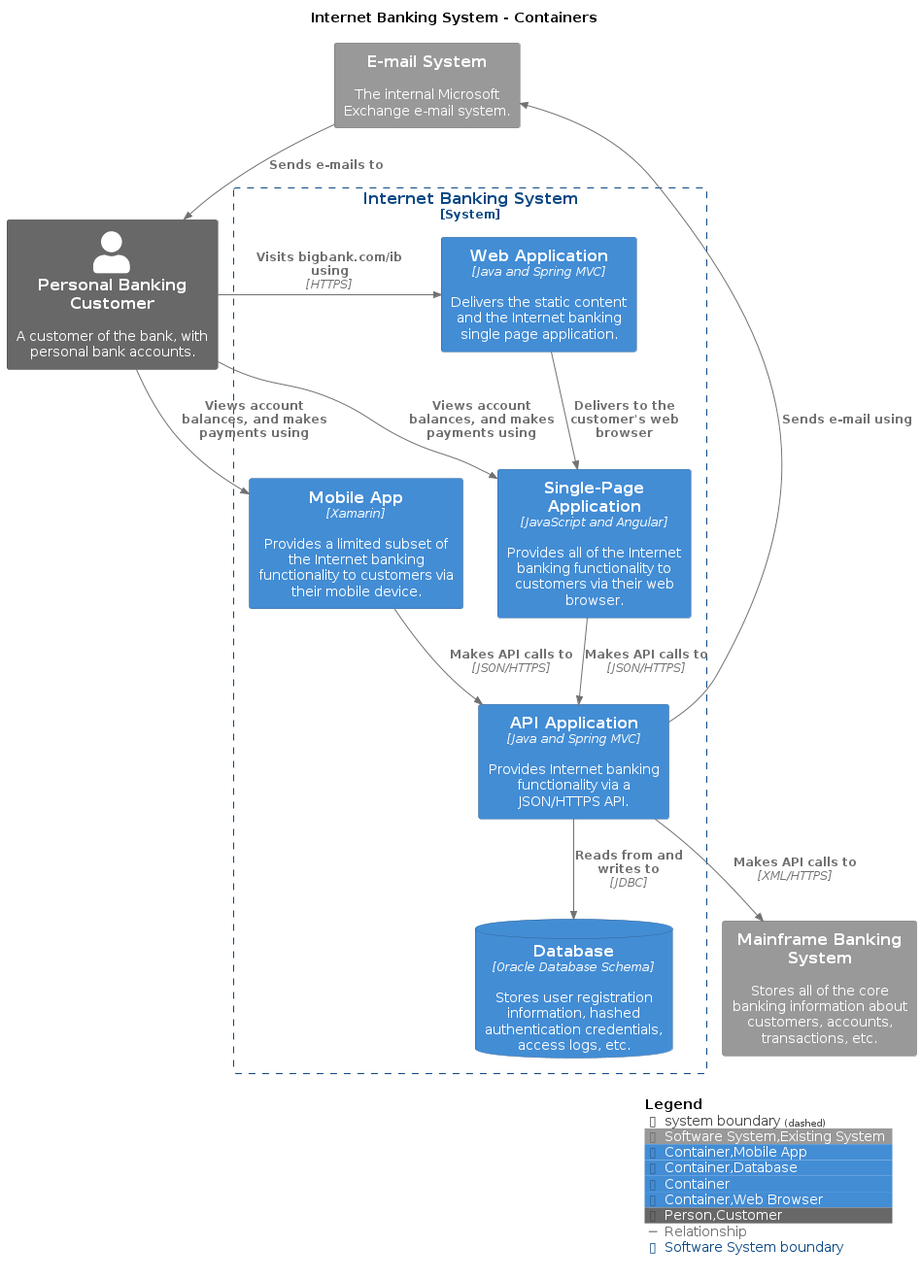
This is main/png/Containers.png from avisi-cloud/structurizr-site-generatr, a PlantUML export, as it was before one commit.
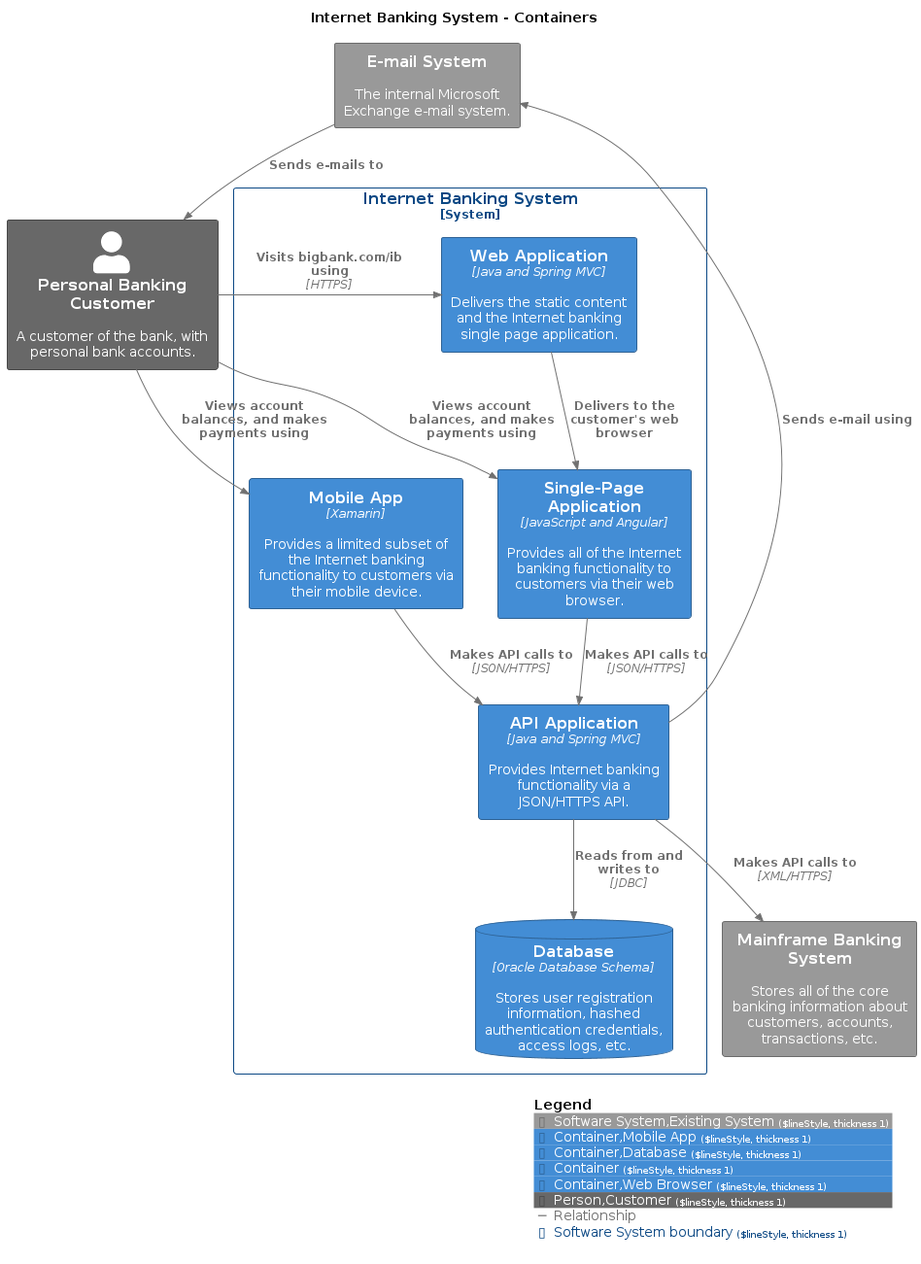
Above is the later version.

Change to the diagram source:
```diff
@@ -8,18 +8,18 @@
 !include <C4/C4_Context>
 !include <C4/C4_Container>
 
-AddElementTag("Software System,Existing System", $bgColor="#999999", $borderColor="#6b6b6b", $fontColor="#ffffff", $sprite="", $shadowing="")
-AddElementTag("Container,Mobile App", $bgColor="#438dd5", $borderColor="#2e6295", $fontColor="#ffffff", $sprite="", $shadowing="")
-AddElementTag("Container,Database", $bgColor="#438dd5", $borderColor="#2e6295", $fontColor="#ffffff", $sprite="", $shadowing="")
-AddElementTag("Container", $bgColor="#438dd5", $borderColor="#2e6295", $fontColor="#ffffff", $sprite="", $shadowing="")
-AddElementTag("Container,Web Browser", $bgColor="#438dd5", $borderColor="#2e6295", $fontColor="#ffffff", $sprite="", $shadowing="")
-AddElementTag("Person,Customer", $bgColor="#686868", $borderColor="#484848", $fontColor="#ffffff", $sprite="", $shadowing="")
+AddElementTag("Software System,Existing System", $bgColor="#999999", $borderColor="#6b6b6b", $fontColor="#ffffff", $sprite="", $shadowing="", $borderStyle="Solid", $borderThickness="1")
+AddElementTag("Container,Mobile App", $bgColor="#438dd5", $borderColor="#2e6295", $fontColor="#ffffff", $sprite="", $shadowing="", $borderStyle="Solid", $borderThickness="1")
+AddElementTag("Container,Database", $bgColor="#438dd5", $borderColor="#2e6295", $fontColor="#ffffff", $sprite="", $shadowing="", $borderStyle="Solid", $borderThickness="1")
+AddElementTag("Container", $bgColor="#438dd5", $borderColor="#2e6295", $fontColor="#ffffff", $sprite="", $shadowing="", $borderStyle="Solid", $borderThickness="1")
+AddElementTag("Container,Web Browser", $bgColor="#438dd5", $borderColor="#2e6295", $fontColor="#ffffff", $sprite="", $shadowing="", $borderStyle="Solid", $borderThickness="1")
+AddElementTag("Person,Customer", $bgColor="#686868", $borderColor="#484848", $fontColor="#ffffff", $sprite="", $shadowing="", $borderStyle="Solid", $borderThickness="1")
 
 AddRelTag("Relationship", $textColor="#707070", $lineColor="#707070", $lineStyle = "")
 
-AddBoundaryTag("Software System", $bgColor="#ffffff", $borderColor="#0b4884", $fontColor="#0b4884", $shadowing="")
+AddBoundaryTag("Software System", $bgColor="#ffffff", $borderColor="#0b4884", $fontColor="#0b4884", $shadowing="", $borderStyle="Solid", $borderThickness="1")
 
-Person_Ext(PersonalBankingCustomer, "Personal Banking Customer", $descr="A customer of the bank, with personal bank accounts.", $tags="Person,Customer", $link="")
+Person(PersonalBankingCustomer, "Personal Banking Customer", $descr="A customer of the bank, with personal bank accounts.", $tags="Person,Customer", $link="")
 System(MainframeBankingSystem, "Mainframe Banking System", $descr="Stores all of the core banking information about customers, accounts, transactions, etc.", $tags="Software System,Existing System", $link="")
 System(EmailSystem, "E-mail System", $descr="The internal Microsoft Exchange e-mail system.", $tags="Software System,Existing System", $link="")
 
@@ -31,16 +31,16 @@
   Container(InternetBankingSystem.SinglePageApplication, "Single-Page Application", $techn="JavaScript and Angular", $descr="Provides all of the Internet banking functionality to customers via their web browser.", $tags="Container,Web Browser", $link="")
 }
 
-Rel_D(EmailSystem, PersonalBankingCustomer, "Sends e-mails to", $techn="", $tags="Relationship", $link="")
-Rel_D(PersonalBankingCustomer, InternetBankingSystem.WebApplication, "Visits bigbank.com/ib using", $techn="HTTPS", $tags="Relationship", $link="")
-Rel_D(PersonalBankingCustomer, InternetBankingSystem.SinglePageApplication, "Views account balances, and makes payments using", $techn="", $tags="Relationship", $link="")
-Rel_D(PersonalBankingCustomer, InternetBankingSystem.MobileApp, "Views account balances, and makes payments using", $techn="", $tags="Relationship", $link="")
-Rel_D(InternetBankingSystem.WebApplication, InternetBankingSystem.SinglePageApplication, "Delivers to the customer's web browser", $techn="", $tags="Relationship", $link="")
-Rel_D(InternetBankingSystem.SinglePageApplication, InternetBankingSystem.APIApplication, "Makes API calls to", $techn="JSON/HTTPS", $tags="Relationship", $link="")
-Rel_D(InternetBankingSystem.MobileApp, InternetBankingSystem.APIApplication, "Makes API calls to", $techn="JSON/HTTPS", $tags="Relationship", $link="")
-Rel_D(InternetBankingSystem.APIApplication, InternetBankingSystem.Database, "Reads from and writes to", $techn="JDBC", $tags="Relationship", $link="")
-Rel_D(InternetBankingSystem.APIApplication, MainframeBankingSystem, "Makes API calls to", $techn="XML/HTTPS", $tags="Relationship", $link="")
-Rel_D(InternetBankingSystem.APIApplication, EmailSystem, "Sends e-mail using", $techn="", $tags="Relationship", $link="")
+Rel(EmailSystem, PersonalBankingCustomer, "Sends e-mails to", $techn="", $tags="Relationship", $link="")
+Rel(PersonalBankingCustomer, InternetBankingSystem.WebApplication, "Visits bigbank.com/ib using", $techn="HTTPS", $tags="Relationship", $link="")
+Rel(PersonalBankingCustomer, InternetBankingSystem.SinglePageApplication, "Views account balances, and makes payments using", $techn="", $tags="Relationship", $link="")
+Rel(PersonalBankingCustomer, InternetBankingSystem.MobileApp, "Views account balances, and makes payments using", $techn="", $tags="Relationship", $link="")
+Rel(InternetBankingSystem.WebApplication, InternetBankingSystem.SinglePageApplication, "Delivers to the customer's web browser", $techn="", $tags="Relationship", $link="")
+Rel(InternetBankingSystem.SinglePageApplication, InternetBankingSystem.APIApplication, "Makes API calls to", $techn="JSON/HTTPS", $tags="Relationship", $link="")
+Rel(InternetBankingSystem.MobileApp, InternetBankingSystem.APIApplication, "Makes API calls to", $techn="JSON/HTTPS", $tags="Relationship", $link="")
+Rel(InternetBankingSystem.APIApplication, InternetBankingSystem.Database, "Reads from and writes to", $techn="JDBC", $tags="Relationship", $link="")
+Rel(InternetBankingSystem.APIApplication, MainframeBankingSystem, "Makes API calls to", $techn="XML/HTTPS", $tags="Relationship", $link="")
+Rel(InternetBankingSystem.APIApplication, EmailSystem, "Sends e-mail using", $techn="", $tags="Relationship", $link="")
 
 SHOW_LEGEND(true)
 @enduml
```
